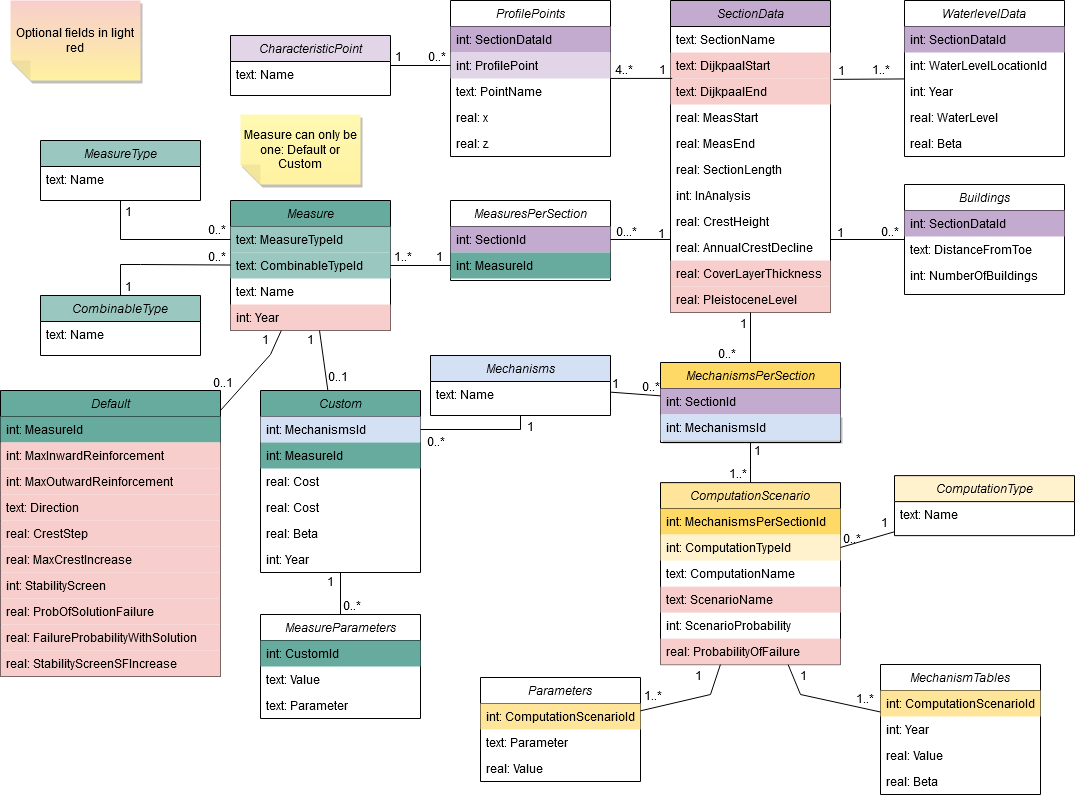
Above: docs/db_diagram/vrtool_sql_input.drawio.png in Deltares/Veiligheidsrendement (draw.io), before the change. Source tidied: cells renumbered, new cells last; positions are measured from the earlier drawing's top-left corner, leaving out a move shared by most shapes.
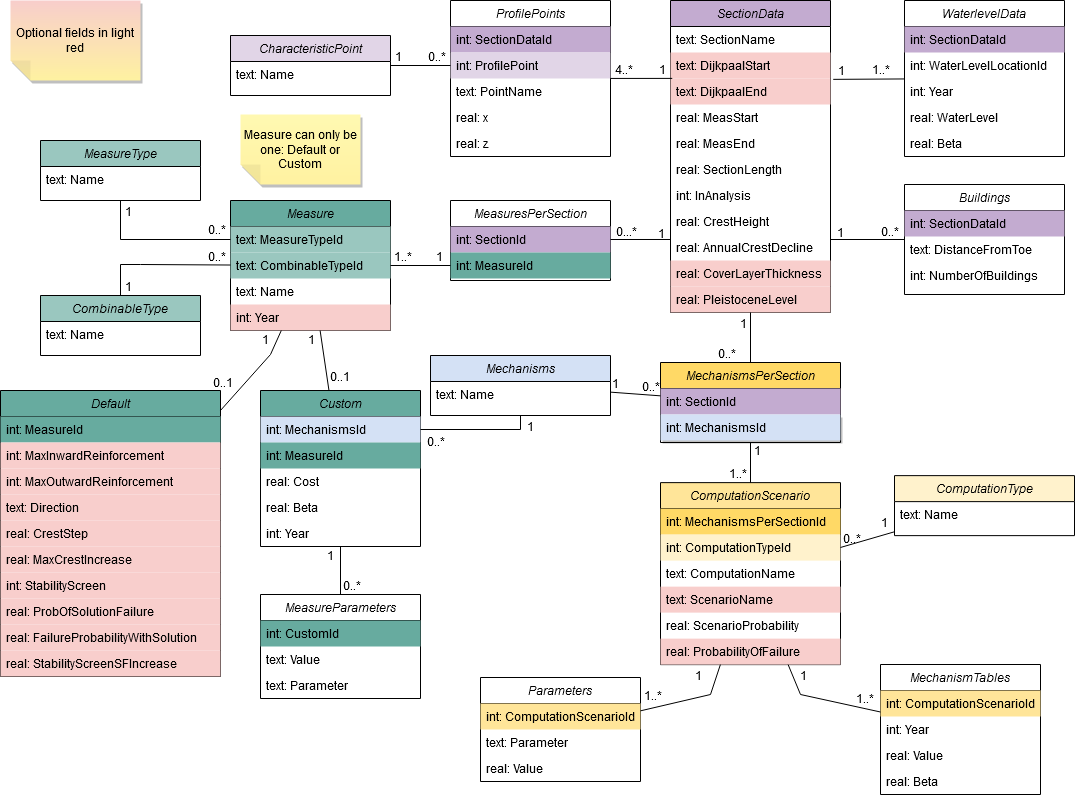
Later version of the same file.

Diff of the diagram source:
```diff
@@ -149,7 +149,7 @@
     <mxCell id="50" value="text: ScenarioName" style="text;align=left;verticalAlign=top;spacingLeft=4;spacingRight=4;overflow=hidden;rounded=0;shadow=0;html=0;fillColor=#F8CECC;" parent="46" vertex="1">
       <mxGeometry y="104" width="180" height="26" as="geometry" />
     </mxCell>
-    <mxCell id="51" value="int: ScenarioProbability" style="text;align=left;verticalAlign=top;spacingLeft=4;spacingRight=4;overflow=hidden;rounded=0;shadow=0;html=0;" parent="46" vertex="1">
+    <mxCell id="51" value="real: ScenarioProbability" style="text;align=left;verticalAlign=top;spacingLeft=4;spacingRight=4;overflow=hidden;rounded=0;shadow=0;html=0;" parent="46" vertex="1">
       <mxGeometry y="130" width="180" height="26" as="geometry" />
     </mxCell>
     <mxCell id="52" value="real: ProbabilityOfFailure" style="text;align=left;verticalAlign=top;spacingLeft=4;spacingRight=4;overflow=hidden;rounded=0;shadow=0;html=0;fillColor=#F8CECC;" parent="46" vertex="1">
@@ -385,7 +385,7 @@
       <mxGeometry y="260" width="220" height="26" as="geometry" />
     </mxCell>
     <mxCell id="110" value="Custom" style="swimlane;fontStyle=2;align=center;verticalAlign=top;horizontal=1;startSize=26;rounded=0;shadow=0;strokeWidth=1;fillColor=#67AB9F;" parent="1" vertex="1">
-      <mxGeometry x="260" y="390" width="160" height="182" as="geometry" />
+      <mxGeometry x="260" y="390" width="160" height="156" as="geometry" />
     </mxCell>
     <mxCell id="111" value="int: MechanismsId" style="text;align=left;verticalAlign=top;spacingLeft=4;spacingRight=4;overflow=hidden;points=[[0,0.5],[1,0.5]];portConstraint=eastwest;fillColor=#D4E1F5;" parent="110" vertex="1">
       <mxGeometry y="26" width="160" height="26" as="geometry" />
@@ -396,14 +396,11 @@
     <mxCell id="113" value="real: Cost" style="text;align=left;verticalAlign=top;spacingLeft=4;spacingRight=4;overflow=hidden;" parent="110" vertex="1">
       <mxGeometry y="78" width="160" height="26" as="geometry" />
     </mxCell>
-    <mxCell id="114" value="real: Cost" style="text;align=left;verticalAlign=top;spacingLeft=4;spacingRight=4;overflow=hidden;" parent="110" vertex="1">
-      <mxGeometry y="104" width="160" height="26" as="geometry" />
-    </mxCell>
     <mxCell id="115" value="real: Beta" style="text;align=left;verticalAlign=top;spacingLeft=4;spacingRight=4;overflow=hidden;" parent="110" vertex="1">
-      <mxGeometry y="130" width="160" height="26" as="geometry" />
+      <mxGeometry y="104" width="160" height="26" as="geometry" />
     </mxCell>
     <mxCell id="116" value="int: Year" style="text;align=left;verticalAlign=top;spacingLeft=4;spacingRight=4;overflow=hidden;" parent="110" vertex="1">
-      <mxGeometry y="156" width="160" height="26" as="geometry" />
+      <mxGeometry y="130" width="160" height="26" as="geometry" />
     </mxCell>
     <mxCell id="117" value="MeasureType" style="swimlane;fontStyle=2;align=center;verticalAlign=top;horizontal=1;startSize=26;rounded=0;shadow=0;strokeWidth=1;fillColor=#9AC7BF;" parent="1" vertex="1">
       <mxGeometry x="40" y="140" width="160" height="60" as="geometry" />
@@ -412,7 +409,7 @@
       <mxGeometry y="26" width="160" height="26" as="geometry" />
     </mxCell>
     <mxCell id="119" value="MeasureParameters" style="swimlane;fontStyle=2;align=center;verticalAlign=top;horizontal=1;startSize=26;rounded=0;shadow=0;strokeWidth=1;fillColor=none;" parent="1" vertex="1">
-      <mxGeometry x="260" y="614" width="160" height="104" as="geometry" />
+      <mxGeometry x="260" y="594" width="160" height="104" as="geometry" />
     </mxCell>
     <mxCell id="120" value="int: CustomId" style="text;align=left;verticalAlign=top;spacingLeft=4;spacingRight=4;overflow=hidden;rounded=0;shadow=0;html=0;fillColor=#67AB9F;" parent="119" vertex="1">
       <mxGeometry y="26" width="160" height="26" as="geometry" />
```
